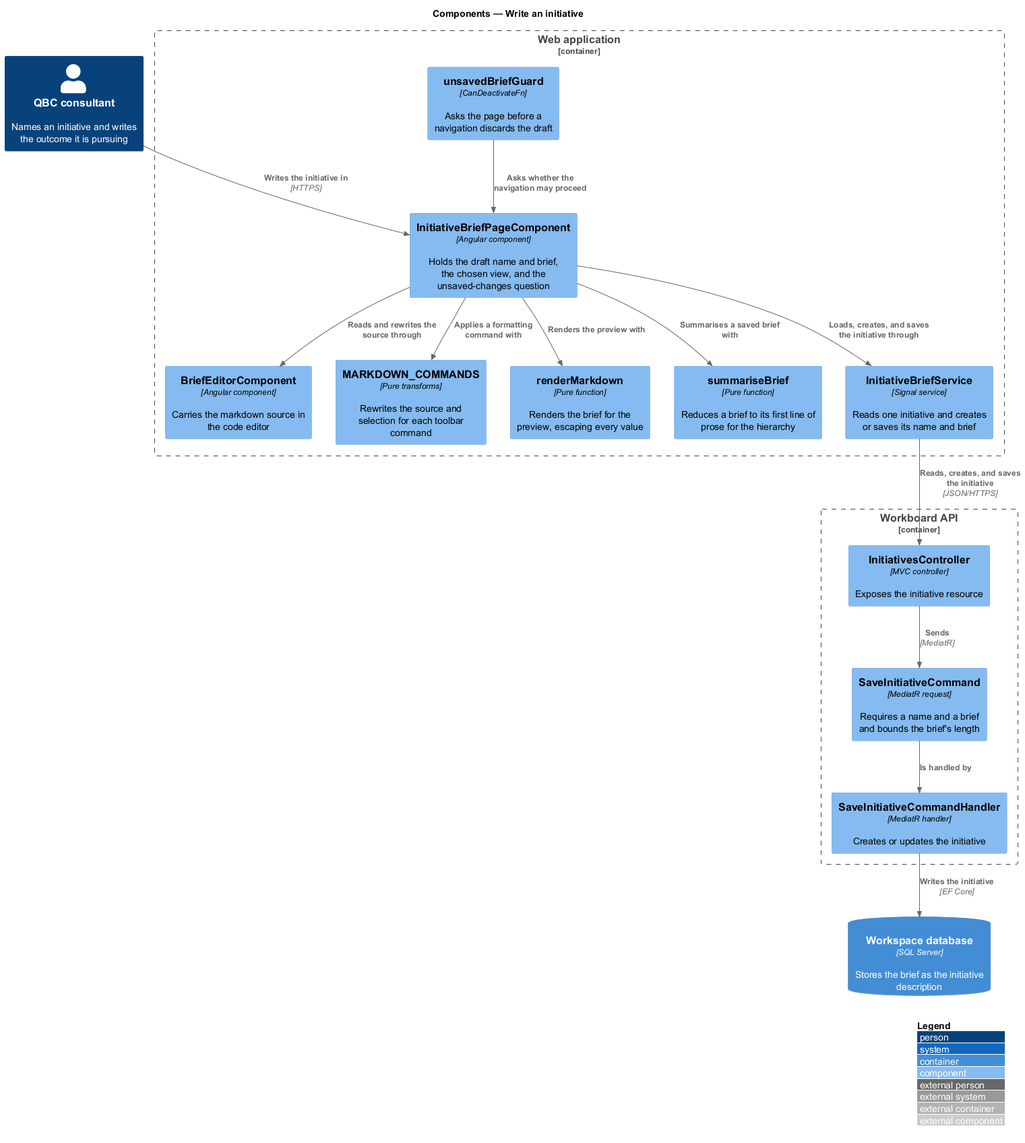
Earlier version of the PlantUML export docs/detailed-designs/work-items/edit-initiative-brief/diagrams/c4-component.png (QuinntyneBrown/quinntyne-brown-consulting).
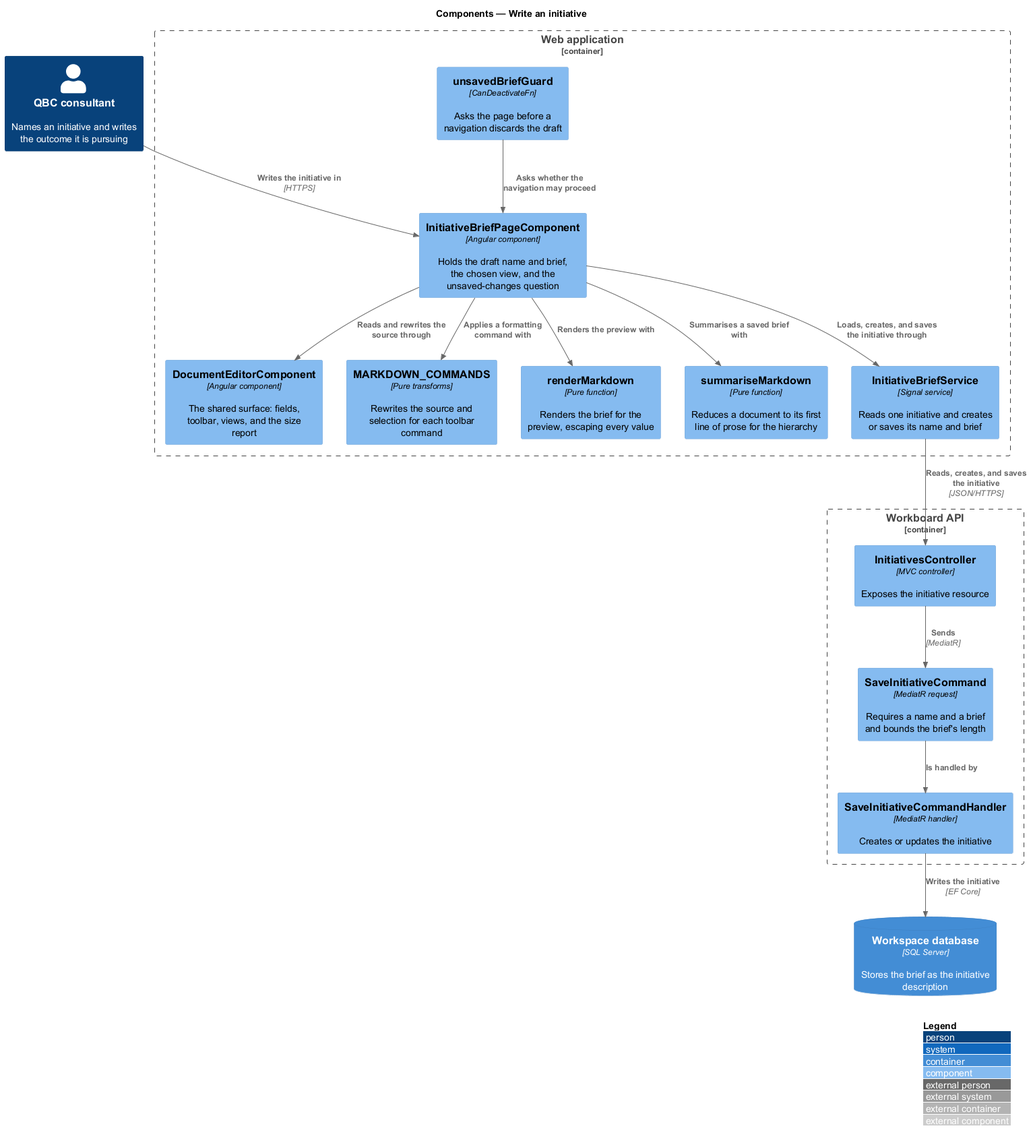
Later version of the same file.

Change to the diagram source:
```diff
@@ -9,10 +9,10 @@
 Container_Boundary(spa, "Web application") {
   Component(page, "InitiativeBriefPageComponent", "Angular component", "Holds the draft name and brief, the chosen view, and the unsaved-changes question")
   Component(guard, "unsavedBriefGuard", "CanDeactivateFn", "Asks the page before a navigation discards the draft")
-  Component(editor, "BriefEditorComponent", "Angular component", "Carries the markdown source in the code editor")
+  Component(editor, "DocumentEditorComponent", "Angular component", "The shared surface: fields, toolbar, views, and the size report")
   Component(commands, "MARKDOWN_COMMANDS", "Pure transforms", "Rewrites the source and selection for each toolbar command")
   Component(renderer, "renderMarkdown", "Pure function", "Renders the brief for the preview, escaping every value")
-  Component(summary, "summariseBrief", "Pure function", "Reduces a brief to its first line of prose for the hierarchy")
+  Component(summary, "summariseMarkdown", "Pure function", "Reduces a document to its first line of prose for the hierarchy")
   Component(service, "InitiativeBriefService", "Signal service", "Reads one initiative and creates or saves its name and brief")
 }
 
```
